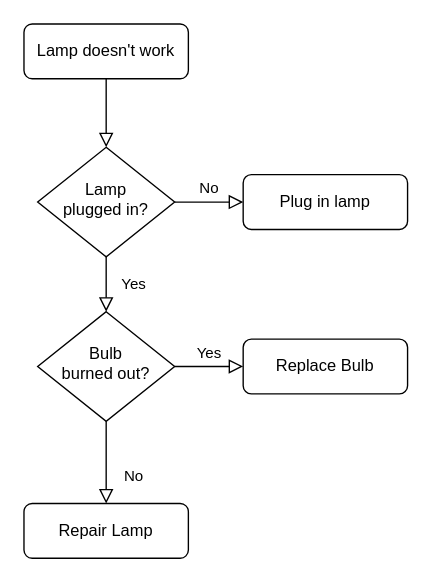
The draw.io diagram store/persist.drawio in agmitron/craftmoney, before the edit. Source tidied: cells renumbered, new cells numbered last; positions are measured from the earlier drawing's top-left corner, leaving out a move shared by most shapes. Both pictures are drawn from the tidied source at 137%, with x=0, y=0 at pixel (23, 23).
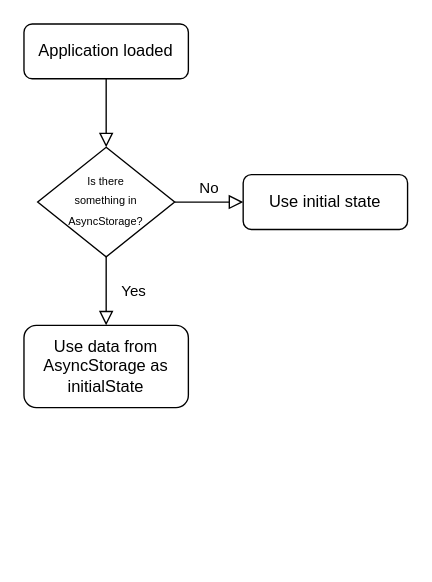
The same page after the edit.

The edit, as a diff of the source:
```diff
@@
 <mxGraphModel>
   <root>
     <mxCell id="0" />
     <mxCell id="1" parent="0" />
     <mxCell id="2" style="rounded=0;html=1;jettySize=auto;fontSize=11;endArrow=block;endFill=0;endSize=8;strokeWidth=1;shadow=0;labelBackgroundColor=none;edgeStyle=orthogonalEdgeStyle;" parent="1" edge="1" source="3" target="6">
       <mxGeometry relative="1" as="geometry" />
     </mxCell>
-    <mxCell id="3" value="Lamp doesn't work" style="rounded=1;whiteSpace=wrap;html=1;fontSize=12;glass=0;strokeWidth=1;shadow=0;" parent="1" vertex="1">
+    <mxCell id="3" value="Application loaded" style="rounded=1;whiteSpace=wrap;html=1;fontSize=12;glass=0;strokeWidth=1;shadow=0;" parent="1" vertex="1">
       <mxGeometry width="120" height="40" as="geometry" />
     </mxCell>
-    <mxCell id="4" value="Yes" style="rounded=0;html=1;jettySize=auto;fontSize=11;endArrow=block;endFill=0;endSize=8;strokeWidth=1;shadow=0;labelBackgroundColor=none;edgeStyle=orthogonalEdgeStyle;" parent="1" edge="1" source="6" target="10">
+    <mxCell id="4" value="Yes" style="rounded=0;html=1;jettySize=auto;fontSize=11;endArrow=block;endFill=0;endSize=8;strokeWidth=1;shadow=0;labelBackgroundColor=none;edgeStyle=orthogonalEdgeStyle;entryX=0.5;entryY=0;entryDx=0;entryDy=0;" parent="1" edge="1" source="6" target="13">
       <mxGeometry y="20" relative="1" as="geometry" />
     </mxCell>
     <mxCell id="5" value="No" style="edgeStyle=orthogonalEdgeStyle;rounded=0;html=1;jettySize=auto;fontSize=11;endArrow=block;endFill=0;endSize=8;strokeWidth=1;shadow=0;labelBackgroundColor=none;" parent="1" edge="1" source="6" target="7">
       <mxGeometry y="10" relative="1" as="geometry" />
     </mxCell>
-    <mxCell id="6" value="Lamp&lt;br&gt;plugged in?" style="rhombus;whiteSpace=wrap;html=1;shadow=0;fontFamily=Helvetica;fontSize=12;align=center;strokeWidth=1;spacing=6;spacingTop=-4;" parent="1" vertex="1">
+    <mxCell id="6" value="&lt;font style=&quot;font-size: 8px;&quot;&gt;Is there &lt;br&gt;something in AsyncStorage?&lt;/font&gt;" style="rhombus;whiteSpace=wrap;html=1;shadow=0;fontFamily=Helvetica;fontSize=12;align=center;strokeWidth=1;spacing=6;spacingTop=-4;" parent="1" vertex="1">
       <mxGeometry x="10" y="90" width="100" height="80" as="geometry" />
     </mxCell>
-    <mxCell id="7" value="Plug in lamp" style="rounded=1;whiteSpace=wrap;html=1;fontSize=12;glass=0;strokeWidth=1;shadow=0;" parent="1" vertex="1">
+    <mxCell id="7" value="Use initial state" style="rounded=1;whiteSpace=wrap;html=1;fontSize=12;glass=0;strokeWidth=1;shadow=0;" parent="1" vertex="1">
       <mxGeometry x="160" y="110" width="120" height="40" as="geometry" />
     </mxCell>
-    <mxCell id="8" value="No" style="rounded=0;html=1;jettySize=auto;fontSize=11;endArrow=block;endFill=0;endSize=8;strokeWidth=1;shadow=0;labelBackgroundColor=none;edgeStyle=orthogonalEdgeStyle;" parent="1" edge="1" source="10" target="11">
-      <mxGeometry x="0.33" y="20" relative="1" as="geometry" />
-    </mxCell>
-    <mxCell id="9" value="Yes" style="edgeStyle=orthogonalEdgeStyle;rounded=0;html=1;jettySize=auto;fontSize=11;endArrow=block;endFill=0;endSize=8;strokeWidth=1;shadow=0;labelBackgroundColor=none;" parent="1" edge="1" source="10" target="12">
-      <mxGeometry y="10" relative="1" as="geometry" />
-    </mxCell>
-    <mxCell id="10" value="Bulb&lt;br&gt;burned out?" style="rhombus;whiteSpace=wrap;html=1;shadow=0;fontFamily=Helvetica;fontSize=12;align=center;strokeWidth=1;spacing=6;spacingTop=-4;" parent="1" vertex="1">
-      <mxGeometry x="10" y="210" width="100" height="80" as="geometry" />
-    </mxCell>
-    <mxCell id="11" value="Repair Lamp" style="rounded=1;whiteSpace=wrap;html=1;fontSize=12;glass=0;strokeWidth=1;shadow=0;" parent="1" vertex="1">
-      <mxGeometry y="350" width="120" height="40" as="geometry" />
-    </mxCell>
-    <mxCell id="12" value="Replace Bulb" style="rounded=1;whiteSpace=wrap;html=1;fontSize=12;glass=0;strokeWidth=1;shadow=0;" parent="1" vertex="1">
-      <mxGeometry x="160" y="230" width="120" height="40" as="geometry" />
-    </mxCell>
+    <mxCell id="13" value="Use data from AsyncStorage as initialState" style="rounded=1;whiteSpace=wrap;html=1;" parent="1" vertex="1">
+      <mxGeometry y="220" width="120" height="60" as="geometry" />
+    </mxCell>
   </root>
 </mxGraphModel>
```
